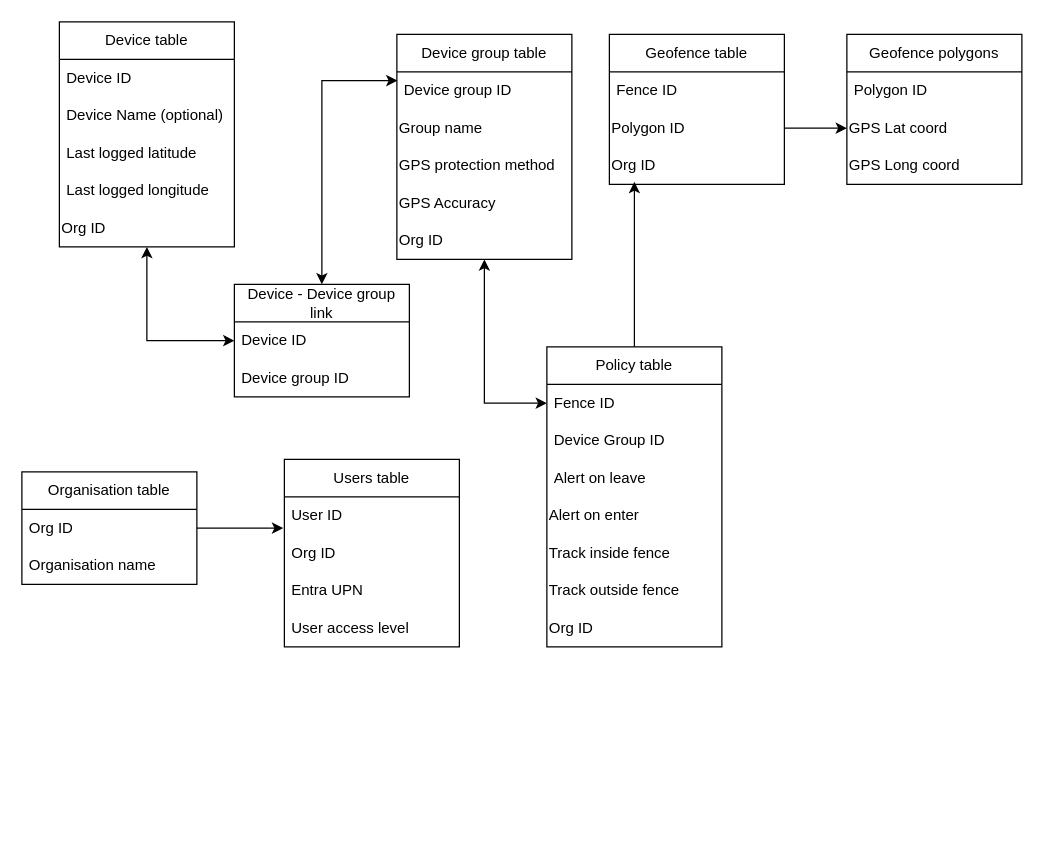
This is Documents/Design/COMP3000 DB Design(1).drawio from ChrisStuff4Fun/COMP3000, a draw.io file, before an edit. Source tidied: cells renumbered, new cells numbered last; positions are measured from the earlier drawing's top-left corner, leaving out a move shared by most shapes. Both pictures are drawn from the tidied source at 125%, with x=0, y=0 at pixel (21, 21).
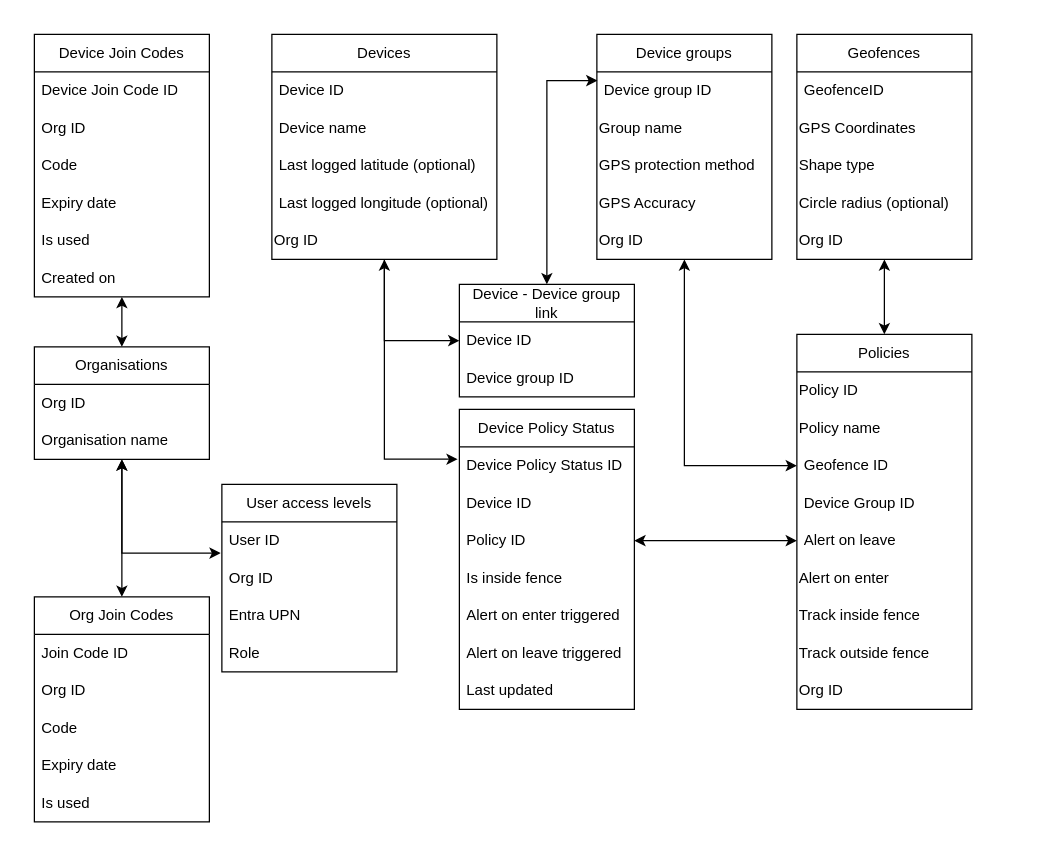
The same diagram, later.

Unchanged cells that the change refers to:
```xml
<mxCell id="38" value="Organisation name" style="text;strokeColor=none;fillColor=none;align=left;verticalAlign=middle;spacingLeft=4;spacingRight=4;overflow=hidden;points=[[0,0.5],[1,0.5]];portConstraint=eastwest;whiteSpace=wrap;html=1;" parent="36" vertex="1">
  <mxGeometry y="60" width="140" height="30" as="geometry" />
</mxCell>
<mxCell id="40" value="User ID" style="text;strokeColor=none;fillColor=none;align=left;verticalAlign=middle;spacingLeft=4;spacingRight=4;overflow=hidden;points=[[0,0.5],[1,0.5]];portConstraint=eastwest;whiteSpace=wrap;html=1;" parent="39" vertex="1">
  <mxGeometry y="30" width="140" height="30" as="geometry" />
</mxCell>
```

What changed in the source:
```diff
@@
-    <mxCell id="3" value="Device table" style="swimlane;fontStyle=0;horizontal=1;startSize=30;whiteSpace=wrap;html=1;" parent="1" vertex="1">
-      <mxGeometry x="30" width="140" height="180" as="geometry" />
+    <mxCell id="3" value="Devices" style="swimlane;fontStyle=0;horizontal=1;startSize=30;whiteSpace=wrap;html=1;" parent="1" vertex="1">
+      <mxGeometry x="200" y="10" width="180" height="180" as="geometry" />
     </mxCell>
     <mxCell id="4" value="Device ID" style="text;strokeColor=none;fillColor=none;align=left;verticalAlign=middle;spacingLeft=4;spacingRight=4;overflow=hidden;whiteSpace=wrap;html=1;" parent="3" vertex="1">
-      <mxGeometry y="30" width="140" height="30" as="geometry" />
+      <mxGeometry y="30" width="180" height="30" as="geometry" />
     </mxCell>
-    <mxCell id="5" value="Device Name (optional)" style="text;strokeColor=none;fillColor=none;align=left;verticalAlign=middle;spacingLeft=4;spacingRight=4;overflow=hidden;whiteSpace=wrap;html=1;" parent="3" vertex="1">
-      <mxGeometry y="60" width="140" height="30" as="geometry" />
+    <mxCell id="5" value="Device name" style="text;strokeColor=none;fillColor=none;align=left;verticalAlign=middle;spacingLeft=4;spacingRight=4;overflow=hidden;whiteSpace=wrap;html=1;" parent="3" vertex="1">
+      <mxGeometry y="60" width="180" height="30" as="geometry" />
     </mxCell>
-    <mxCell id="6" value="Last logged latitude" style="text;strokeColor=none;fillColor=none;align=left;verticalAlign=middle;spacingLeft=4;spacingRight=4;overflow=hidden;whiteSpace=wrap;html=1;" parent="3" vertex="1">
-      <mxGeometry y="90" width="140" height="30" as="geometry" />
+    <mxCell id="6" value="Last logged latitude (optional)" style="text;strokeColor=none;fillColor=none;align=left;verticalAlign=middle;spacingLeft=4;spacingRight=4;overflow=hidden;whiteSpace=wrap;html=1;" parent="3" vertex="1">
+      <mxGeometry y="90" width="180" height="30" as="geometry" />
     </mxCell>
-    <mxCell id="7" value="Last logged longitude" style="text;strokeColor=none;fillColor=none;align=left;verticalAlign=middle;spacingLeft=4;spacingRight=4;overflow=hidden;whiteSpace=wrap;html=1;" parent="3" vertex="1">
-      <mxGeometry y="120" width="140" height="30" as="geometry" />
+    <mxCell id="7" value="Last logged longitude (optional)" style="text;strokeColor=none;fillColor=none;align=left;verticalAlign=middle;spacingLeft=4;spacingRight=4;overflow=hidden;whiteSpace=wrap;html=1;" parent="3" vertex="1">
+      <mxGeometry y="120" width="180" height="30" as="geometry" />
     </mxCell>
     <mxCell id="8" value="Org ID" style="text;html=1;whiteSpace=wrap;strokeColor=none;fillColor=none;align=left;verticalAlign=middle;rounded=0;" parent="3" vertex="1">
-      <mxGeometry y="150" width="140" height="30" as="geometry" />
+      <mxGeometry y="150" width="180" height="30" as="geometry" />
     </mxCell>
-    <mxCell id="9" value="Geofence table" style="swimlane;fontStyle=0;horizontal=1;startSize=30;whiteSpace=wrap;html=1;" parent="1" vertex="1">
-      <mxGeometry x="470" y="10" width="140" height="120" as="geometry" />
+    <mxCell id="9" value="Geofences" style="swimlane;fontStyle=0;horizontal=1;startSize=30;whiteSpace=wrap;html=1;" parent="1" vertex="1">
+      <mxGeometry x="620" y="10" width="140" height="180" as="geometry" />
     </mxCell>
-    <mxCell id="10" value="Fence ID" style="text;strokeColor=none;fillColor=none;align=left;verticalAlign=middle;spacingLeft=4;spacingRight=4;overflow=hidden;whiteSpace=wrap;html=1;" parent="9" vertex="1">
+    <mxCell id="10" value="GeofenceID" style="text;strokeColor=none;fillColor=none;align=left;verticalAlign=middle;spacingLeft=4;spacingRight=4;overflow=hidden;whiteSpace=wrap;html=1;" parent="9" vertex="1">
       <mxGeometry y="30" width="140" height="30" as="geometry" />
     </mxCell>
-    <mxCell id="11" value="Polygon ID" style="text;html=1;whiteSpace=wrap;strokeColor=none;fillColor=none;align=left;verticalAlign=middle;rounded=0;" parent="9" vertex="1">
+    <mxCell id="11" value="GPS Coordinates" style="text;html=1;whiteSpace=wrap;strokeColor=none;fillColor=none;align=left;verticalAlign=middle;rounded=0;" parent="9" vertex="1">
       <mxGeometry y="60" width="140" height="30" as="geometry" />
     </mxCell>
+    <mxCell id="47" value="Shape type" style="text;html=1;whiteSpace=wrap;strokeColor=none;fillColor=none;align=left;verticalAlign=middle;rounded=0;" parent="9" vertex="1">
+      <mxGeometry y="90" width="140" height="30" as="geometry" />
+    </mxCell>
+    <mxCell id="48" value="Circle radius (optional)" style="text;html=1;whiteSpace=wrap;strokeColor=none;fillColor=none;align=left;verticalAlign=middle;rounded=0;" parent="9" vertex="1">
+      <mxGeometry y="120" width="140" height="30" as="geometry" />
+    </mxCell>
     <mxCell id="12" value="Org ID" style="text;html=1;whiteSpace=wrap;strokeColor=none;fillColor=none;align=left;verticalAlign=middle;rounded=0;" parent="9" vertex="1">
-      <mxGeometry y="90" width="140" height="30" as="geometry" />
+      <mxGeometry y="150" width="140" height="30" as="geometry" />
     </mxCell>
@@
-    <mxCell id="14" value="Device group table" style="swimlane;fontStyle=0;horizontal=1;startSize=30;whiteSpace=wrap;html=1;" parent="1" vertex="1">
-      <mxGeometry x="300" y="10" width="140" height="180" as="geometry" />
+    <mxCell id="14" value="Device groups" style="swimlane;fontStyle=0;horizontal=1;startSize=30;whiteSpace=wrap;html=1;" parent="1" vertex="1">
+      <mxGeometry x="460" y="10" width="140" height="180" as="geometry" />
     </mxCell>
@@
     <mxCell id="20" value="Device - Device group link" style="swimlane;fontStyle=0;horizontal=1;startSize=30;whiteSpace=wrap;html=1;" parent="1" vertex="1">
-      <mxGeometry x="170" y="210" width="140" height="90" as="geometry" />
+      <mxGeometry x="350" y="210" width="140" height="90" as="geometry" />
     </mxCell>
@@
-    <mxCell id="23" value="Policy table" style="swimlane;fontStyle=0;horizontal=1;startSize=30;whiteSpace=wrap;html=1;" parent="1" vertex="1">
-      <mxGeometry x="420" y="260" width="140" height="240" as="geometry" />
+    <mxCell id="23" value="Policies" style="swimlane;fontStyle=0;horizontal=1;startSize=30;whiteSpace=wrap;html=1;" parent="1" vertex="1">
+      <mxGeometry x="620" y="250" width="140" height="300" as="geometry" />
     </mxCell>
+    <mxCell id="49" value="Policy ID" style="text;html=1;whiteSpace=wrap;strokeColor=none;fillColor=none;align=left;verticalAlign=middle;rounded=0;" parent="23" vertex="1">
+      <mxGeometry y="30" width="140" height="30" as="geometry" />
+    </mxCell>
+    <mxCell id="50" value="Policy name" style="text;html=1;whiteSpace=wrap;strokeColor=none;fillColor=none;align=left;verticalAlign=middle;rounded=0;" parent="23" vertex="1">
+      <mxGeometry y="60" width="140" height="30" as="geometry" />
+    </mxCell>
-    <mxCell id="24" value="Fence ID" style="text;strokeColor=none;fillColor=none;align=left;verticalAlign=middle;spacingLeft=4;spacingRight=4;overflow=hidden;points=[[0,0.5],[1,0.5]];portConstraint=eastwest;whiteSpace=wrap;html=1;" parent="23" vertex="1">
-      <mxGeometry y="30" width="140" height="30" as="geometry" />
+    <mxCell id="24" value="Geofence ID" style="text;strokeColor=none;fillColor=none;align=left;verticalAlign=middle;spacingLeft=4;spacingRight=4;overflow=hidden;points=[[0,0.5],[1,0.5]];portConstraint=eastwest;whiteSpace=wrap;html=1;" parent="23" vertex="1">
+      <mxGeometry y="90" width="140" height="30" as="geometry" />
     </mxCell>
     <mxCell id="25" value="Device Group ID" style="text;strokeColor=none;fillColor=none;align=left;verticalAlign=middle;spacingLeft=4;spacingRight=4;overflow=hidden;whiteSpace=wrap;html=1;" parent="23" vertex="1">
-      <mxGeometry y="60" width="140" height="30" as="geometry" />
+      <mxGeometry y="120" width="140" height="30" as="geometry" />
     </mxCell>
     <mxCell id="26" value="Alert on leave" style="text;strokeColor=none;fillColor=none;align=left;verticalAlign=middle;spacingLeft=4;spacingRight=4;overflow=hidden;points=[[0,0.5],[1,0.5]];portConstraint=eastwest;whiteSpace=wrap;html=1;" parent="23" vertex="1">
-      <mxGeometry y="90" width="140" height="30" as="geometry" />
+      <mxGeometry y="150" width="140" height="30" as="geometry" />
     </mxCell>
     <mxCell id="27" value="Alert on enter" style="text;html=1;whiteSpace=wrap;strokeColor=none;fillColor=none;align=left;verticalAlign=middle;rounded=0;" parent="23" vertex="1">
-      <mxGeometry y="120" width="140" height="30" as="geometry" />
+      <mxGeometry y="180" width="140" height="30" as="geometry" />
     </mxCell>
     <mxCell id="28" value="Track inside fence" style="text;html=1;whiteSpace=wrap;strokeColor=none;fillColor=none;align=left;verticalAlign=middle;rounded=0;" parent="23" vertex="1">
-      <mxGeometry y="150" width="140" height="30" as="geometry" />
+      <mxGeometry y="210" width="140" height="30" as="geometry" />
     </mxCell>
     <mxCell id="29" value="Track outside fence" style="text;html=1;whiteSpace=wrap;strokeColor=none;fillColor=none;align=left;verticalAlign=middle;rounded=0;" parent="23" vertex="1">
-      <mxGeometry y="180" width="140" height="30" as="geometry" />
+      <mxGeometry y="240" width="140" height="30" as="geometry" />
     </mxCell>
     <mxCell id="30" value="Org ID" style="text;html=1;whiteSpace=wrap;strokeColor=none;fillColor=none;align=left;verticalAlign=middle;rounded=0;" parent="23" vertex="1">
-      <mxGeometry y="210" width="140" height="30" as="geometry" />
+      <mxGeometry y="270" width="140" height="30" as="geometry" />
     </mxCell>
@@
-    <mxCell id="32" value="Geofence polygons" style="swimlane;fontStyle=0;horizontal=1;startSize=30;whiteSpace=wrap;html=1;" parent="1" vertex="1">
-      <mxGeometry x="660" y="10" width="140" height="120" as="geometry" />
-    </mxCell>
-    <mxCell id="33" value="Polygon ID" style="text;strokeColor=none;fillColor=none;align=left;verticalAlign=middle;spacingLeft=4;spacingRight=4;overflow=hidden;whiteSpace=wrap;html=1;" parent="32" vertex="1">
-      <mxGeometry y="30" width="140" height="30" as="geometry" />
-    </mxCell>
-    <mxCell id="34" value="GPS Lat coord" style="text;html=1;whiteSpace=wrap;strokeColor=none;fillColor=none;align=left;verticalAlign=middle;rounded=0;" parent="32" vertex="1">
-      <mxGeometry y="60" width="140" height="30" as="geometry" />
-    </mxCell>
-    <mxCell id="35" value="GPS Long coord" style="text;html=1;whiteSpace=wrap;strokeColor=none;fillColor=none;align=left;verticalAlign=middle;rounded=0;" parent="32" vertex="1">
-      <mxGeometry y="90" width="140" height="30" as="geometry" />
-    </mxCell>
+    <mxCell id="51" style="edgeStyle=orthogonalEdgeStyle;rounded=0;jettySize=auto;html=1;entryX=0.5;entryY=1;entryDx=0;entryDy=0;startArrow=classic;startFill=1;" parent="1" edge="1" source="36" target="53">
+      <mxGeometry relative="1" as="geometry" />
+    </mxCell>
-    <mxCell id="36" value="Organisation table" style="swimlane;fontStyle=0;horizontal=1;startSize=30;whiteSpace=wrap;html=1;" parent="1" vertex="1">
-      <mxGeometry y="360" width="140" height="90" as="geometry" />
+    <mxCell id="36" value="Organisations" style="swimlane;fontStyle=0;horizontal=1;startSize=30;whiteSpace=wrap;html=1;" parent="1" vertex="1">
+      <mxGeometry x="10" y="260" width="140" height="90" as="geometry" />
     </mxCell>
@@
-    <mxCell id="39" value="Users table" style="swimlane;fontStyle=0;horizontal=1;startSize=30;whiteSpace=wrap;html=1;" parent="1" vertex="1">
-      <mxGeometry x="210" y="350" width="140" height="150" as="geometry" />
+    <mxCell id="39" value="User access levels" style="swimlane;fontStyle=0;horizontal=1;startSize=30;whiteSpace=wrap;html=1;" parent="1" vertex="1">
+      <mxGeometry x="160" y="370" width="140" height="150" as="geometry" />
     </mxCell>
@@
-    <mxCell id="43" value="User access level" style="text;strokeColor=none;fillColor=none;align=left;verticalAlign=middle;spacingLeft=4;spacingRight=4;overflow=hidden;whiteSpace=wrap;html=1;" parent="39" vertex="1">
-      <mxGeometry y="120" width="140" height="30" as="geometry" />
-    </mxCell>
+    <mxCell id="52" value="Role" style="text;strokeColor=none;fillColor=none;align=left;verticalAlign=middle;spacingLeft=4;spacingRight=4;overflow=hidden;whiteSpace=wrap;html=1;" parent="39" vertex="1">
+      <mxGeometry y="120" width="140" height="30" as="geometry" />
+    </mxCell>
-    <mxCell id="44" style="edgeStyle=orthogonalEdgeStyle;rounded=0;jettySize=auto;html=1;entryX=0.143;entryY=0.933;entryDx=0;entryDy=0;entryPerimeter=0;" parent="1" edge="1" source="23" target="12">
+    <mxCell id="44" style="edgeStyle=orthogonalEdgeStyle;rounded=0;jettySize=auto;html=1;entryX=0.5;entryY=1;entryDx=0;entryDy=0;startArrow=classic;startFill=1;" parent="1" edge="1" source="23" target="12">
       <mxGeometry relative="1" as="geometry" />
     </mxCell>
-    <mxCell id="45" style="edgeStyle=orthogonalEdgeStyle;rounded=0;jettySize=auto;html=1;entryX=0;entryY=0.5;entryDx=0;entryDy=0;" parent="1" edge="1" source="11" target="34">
-      <mxGeometry relative="1" as="geometry" />
-    </mxCell>
-    <mxCell id="46" style="edgeStyle=orthogonalEdgeStyle;rounded=0;jettySize=auto;html=1;entryX=-0.007;entryY=0.833;entryDx=0;entryDy=0;entryPerimeter=0;" parent="1" edge="1" source="36" target="40">
+    <mxCell id="46" style="edgeStyle=orthogonalEdgeStyle;rounded=0;jettySize=auto;html=1;entryX=-0.007;entryY=0.833;entryDx=0;entryDy=0;entryPerimeter=0;startArrow=classic;startFill=1;" parent="1" edge="1" source="36" target="40">
       <mxGeometry relative="1" as="geometry" />
     </mxCell>
+    <mxCell id="53" value="Device Join Codes" style="swimlane;fontStyle=0;horizontal=1;startSize=30;whiteSpace=wrap;html=1;" parent="1" vertex="1">
+      <mxGeometry x="10" y="10" width="140" height="210" as="geometry" />
+    </mxCell>
+    <mxCell id="54" value="Device Join Code ID" style="text;strokeColor=none;fillColor=none;align=left;verticalAlign=middle;spacingLeft=4;spacingRight=4;overflow=hidden;whiteSpace=wrap;html=1;" parent="53" vertex="1">
+      <mxGeometry y="30" width="140" height="30" as="geometry" />
+    </mxCell>
+    <mxCell id="55" value="Org ID" style="text;strokeColor=none;fillColor=none;align=left;verticalAlign=middle;spacingLeft=4;spacingRight=4;overflow=hidden;whiteSpace=wrap;html=1;" parent="53" vertex="1">
+      <mxGeometry y="60" width="140" height="30" as="geometry" />
+    </mxCell>
+    <mxCell id="56" value="Code" style="text;strokeColor=none;fillColor=none;align=left;verticalAlign=middle;spacingLeft=4;spacingRight=4;overflow=hidden;whiteSpace=wrap;html=1;" parent="53" vertex="1">
+      <mxGeometry y="90" width="140" height="30" as="geometry" />
+    </mxCell>
+    <mxCell id="57" value="Expiry date" style="text;strokeColor=none;fillColor=none;align=left;verticalAlign=middle;spacingLeft=4;spacingRight=4;overflow=hidden;whiteSpace=wrap;html=1;" parent="53" vertex="1">
+      <mxGeometry y="120" width="140" height="30" as="geometry" />
+    </mxCell>
+    <mxCell id="58" value="Is used" style="text;strokeColor=none;fillColor=none;align=left;verticalAlign=middle;spacingLeft=4;spacingRight=4;overflow=hidden;whiteSpace=wrap;html=1;" parent="53" vertex="1">
+      <mxGeometry y="150" width="140" height="30" as="geometry" />
+    </mxCell>
+    <mxCell id="59" value="Created on" style="text;strokeColor=none;fillColor=none;align=left;verticalAlign=middle;spacingLeft=4;spacingRight=4;overflow=hidden;whiteSpace=wrap;html=1;" parent="53" vertex="1">
+      <mxGeometry y="180" width="140" height="30" as="geometry" />
+    </mxCell>
+    <mxCell id="60" value="Org Join Codes" style="swimlane;fontStyle=0;horizontal=1;startSize=30;whiteSpace=wrap;html=1;" parent="1" vertex="1">
+      <mxGeometry x="10" y="460" width="140" height="180" as="geometry" />
+    </mxCell>
+    <mxCell id="61" value="Join Code ID" style="text;strokeColor=none;fillColor=none;align=left;verticalAlign=middle;spacingLeft=4;spacingRight=4;overflow=hidden;whiteSpace=wrap;html=1;" parent="60" vertex="1">
+      <mxGeometry y="30" width="140" height="30" as="geometry" />
+    </mxCell>
+    <mxCell id="62" value="Org ID" style="text;strokeColor=none;fillColor=none;align=left;verticalAlign=middle;spacingLeft=4;spacingRight=4;overflow=hidden;whiteSpace=wrap;html=1;" parent="60" vertex="1">
+      <mxGeometry y="60" width="140" height="30" as="geometry" />
+    </mxCell>
+    <mxCell id="63" value="Code" style="text;strokeColor=none;fillColor=none;align=left;verticalAlign=middle;spacingLeft=4;spacingRight=4;overflow=hidden;whiteSpace=wrap;html=1;" parent="60" vertex="1">
+      <mxGeometry y="90" width="140" height="30" as="geometry" />
+    </mxCell>
+    <mxCell id="64" value="Expiry date" style="text;strokeColor=none;fillColor=none;align=left;verticalAlign=middle;spacingLeft=4;spacingRight=4;overflow=hidden;whiteSpace=wrap;html=1;" parent="60" vertex="1">
+      <mxGeometry y="120" width="140" height="30" as="geometry" />
+    </mxCell>
+    <mxCell id="65" value="Is used" style="text;strokeColor=none;fillColor=none;align=left;verticalAlign=middle;spacingLeft=4;spacingRight=4;overflow=hidden;whiteSpace=wrap;html=1;" parent="60" vertex="1">
+      <mxGeometry y="150" width="140" height="30" as="geometry" />
+    </mxCell>
+    <mxCell id="66" value="Device Policy Status" style="swimlane;fontStyle=0;horizontal=1;startSize=30;whiteSpace=wrap;html=1;" parent="1" vertex="1">
+      <mxGeometry x="350" y="310" width="140" height="240" as="geometry" />
+    </mxCell>
+    <mxCell id="67" value="Device Policy Status ID" style="text;strokeColor=none;fillColor=none;align=left;verticalAlign=middle;spacingLeft=4;spacingRight=4;overflow=hidden;points=[[0,0.5],[1,0.5]];portConstraint=eastwest;whiteSpace=wrap;html=1;" parent="66" vertex="1">
+      <mxGeometry y="30" width="140" height="30" as="geometry" />
+    </mxCell>
+    <mxCell id="68" value="Device ID" style="text;strokeColor=none;fillColor=none;align=left;verticalAlign=middle;spacingLeft=4;spacingRight=4;overflow=hidden;whiteSpace=wrap;html=1;" parent="66" vertex="1">
+      <mxGeometry y="60" width="140" height="30" as="geometry" />
+    </mxCell>
+    <mxCell id="69" value="Policy ID" style="text;strokeColor=none;fillColor=none;align=left;verticalAlign=middle;spacingLeft=4;spacingRight=4;overflow=hidden;points=[[0,0.5],[1,0.5]];portConstraint=eastwest;whiteSpace=wrap;html=1;" parent="66" vertex="1">
+      <mxGeometry y="90" width="140" height="30" as="geometry" />
+    </mxCell>
+    <mxCell id="70" value="Is inside fence" style="text;strokeColor=none;fillColor=none;align=left;verticalAlign=middle;spacingLeft=4;spacingRight=4;overflow=hidden;whiteSpace=wrap;html=1;" parent="66" vertex="1">
+      <mxGeometry y="120" width="140" height="30" as="geometry" />
+    </mxCell>
+    <mxCell id="71" value="Alert on enter triggered" style="text;strokeColor=none;fillColor=none;align=left;verticalAlign=middle;spacingLeft=4;spacingRight=4;overflow=hidden;whiteSpace=wrap;html=1;" parent="66" vertex="1">
+      <mxGeometry y="150" width="140" height="30" as="geometry" />
+    </mxCell>
+    <mxCell id="72" value="Alert on leave triggered" style="text;strokeColor=none;fillColor=none;align=left;verticalAlign=middle;spacingLeft=4;spacingRight=4;overflow=hidden;whiteSpace=wrap;html=1;" parent="66" vertex="1">
+      <mxGeometry y="180" width="140" height="30" as="geometry" />
+    </mxCell>
+    <mxCell id="73" value="Last updated" style="text;strokeColor=none;fillColor=none;align=left;verticalAlign=middle;spacingLeft=4;spacingRight=4;overflow=hidden;whiteSpace=wrap;html=1;" parent="66" vertex="1">
+      <mxGeometry y="210" width="140" height="30" as="geometry" />
+    </mxCell>
+    <mxCell id="74" style="edgeStyle=orthogonalEdgeStyle;rounded=0;jettySize=auto;html=1;entryX=-0.01;entryY=0.328;entryDx=0;entryDy=0;entryPerimeter=0;" parent="1" edge="1" source="8" target="67">
+      <mxGeometry relative="1" as="geometry" />
+    </mxCell>
+    <mxCell id="75" style="edgeStyle=orthogonalEdgeStyle;rounded=0;jettySize=auto;html=1;entryX=0.5;entryY=1;entryDx=0;entryDy=0;entryPerimeter=0;startArrow=classic;startFill=1;" parent="1" edge="1" source="60" target="38">
+      <mxGeometry relative="1" as="geometry" />
+    </mxCell>
+    <mxCell id="76" style="edgeStyle=orthogonalEdgeStyle;rounded=0;jettySize=auto;html=1;entryX=0;entryY=0.5;entryDx=0;entryDy=0;startArrow=classic;startFill=1;" parent="1" edge="1" source="69" target="26">
+      <mxGeometry relative="1" as="geometry" />
+    </mxCell>
```
